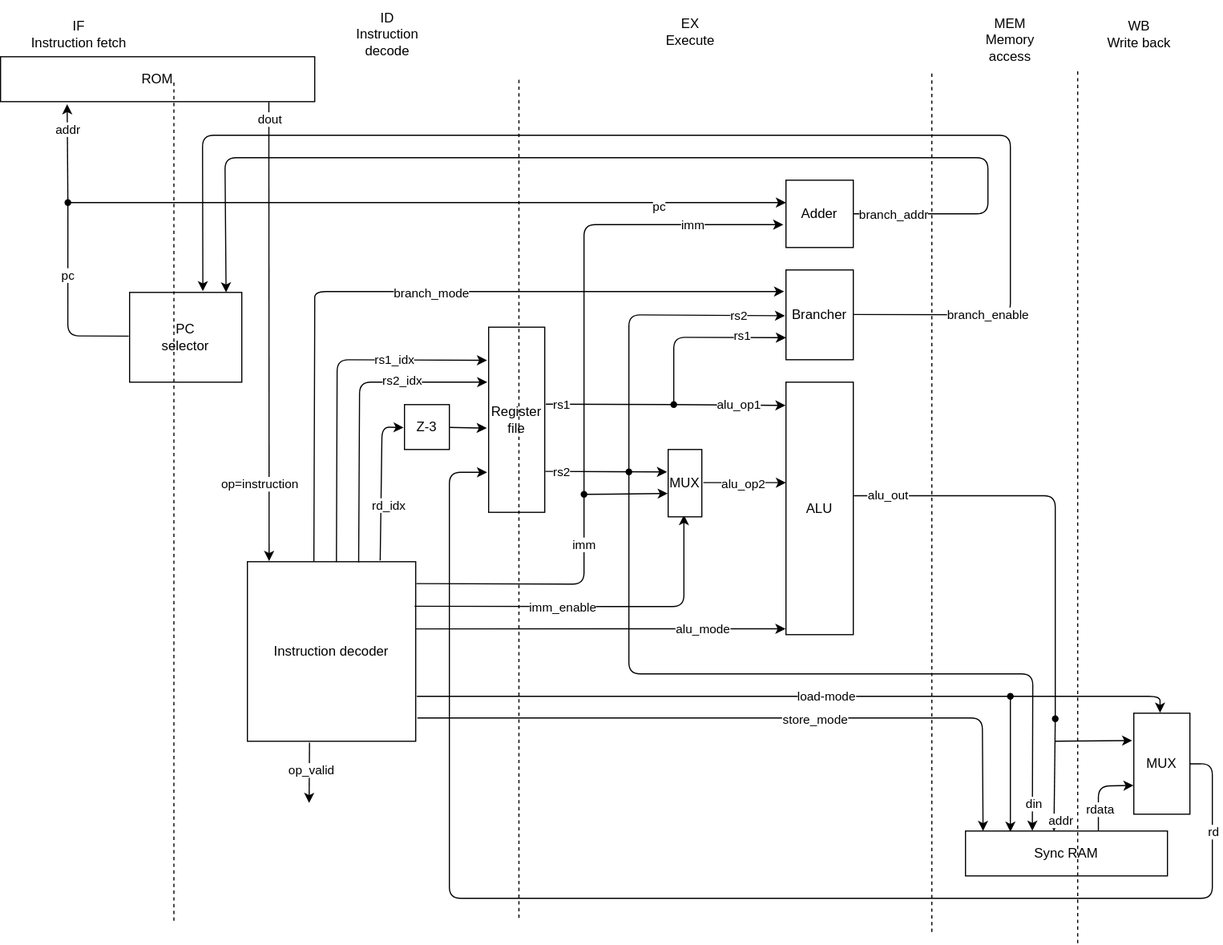
Before: doc/diagram.drawio.svg, a diagram exported from draw.io (ncotti/riscotti-v). Source tidied: cells renumbered, new cells last; positions are measured from the earlier drawing's top-left corner, leaving out a move shared by most shapes.
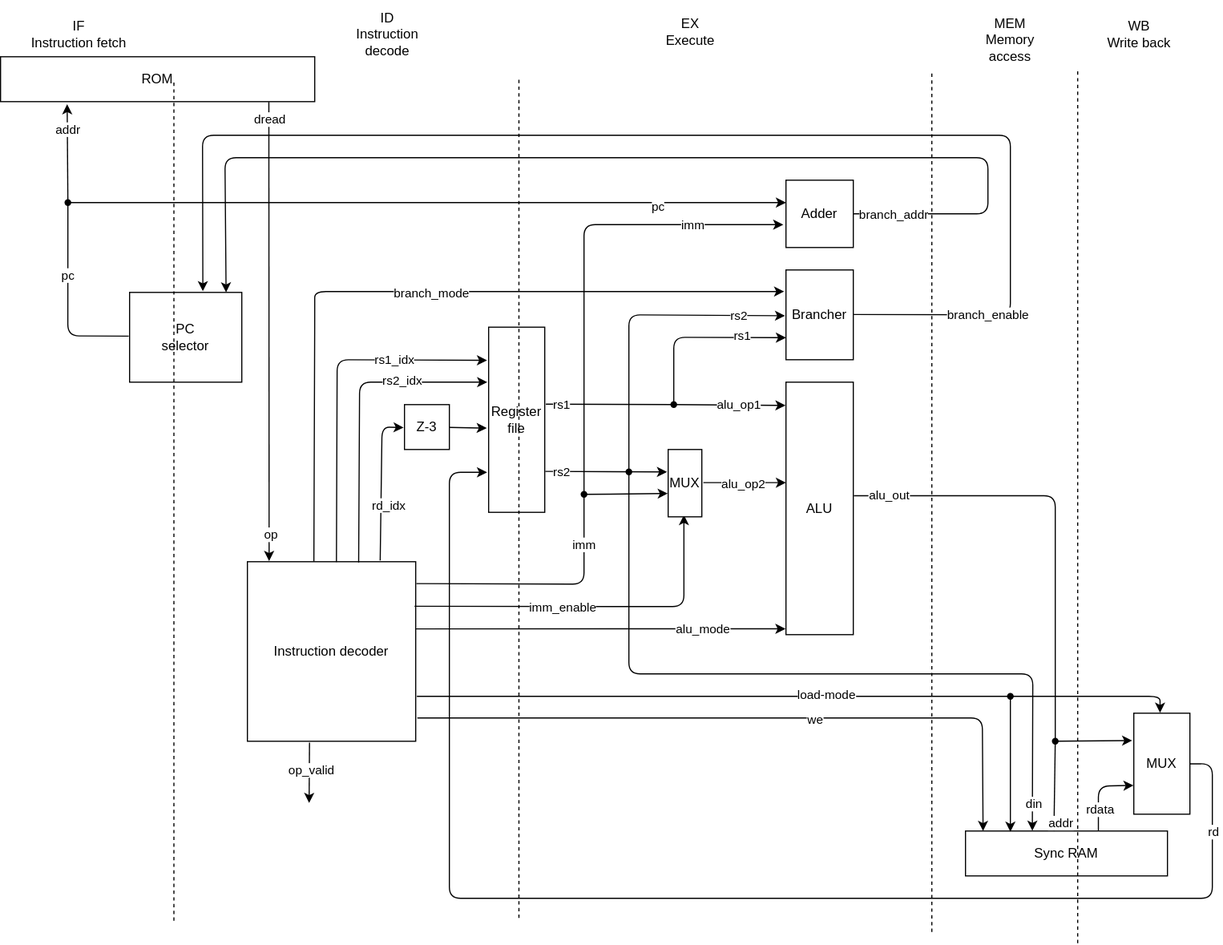
The same file after the commit.

Commit message:
Replace store mode for we

The edit, as a diff of the source:
```diff
@@ -121,7 +121,7 @@
         </Array>
       </mxGeometry>
     </mxCell>
-    <mxCell id="28" value="store_mode" style="edgeLabel;html=1;align=center;verticalAlign=middle;" parent="27" vertex="1">
+    <mxCell id="28" value="we" style="edgeLabel;html=1;align=center;verticalAlign=middle;" parent="27" vertex="1">
       <mxGeometry x="0.02" y="1" relative="1" as="geometry">
         <mxPoint x="47" y="2" as="offset" />
       </mxGeometry>
@@ -255,12 +255,12 @@
     <mxCell id="55" style="endArrow=classic;html=1;exitX=0.854;exitY=1.009;exitDx=0;exitDy=0;exitPerimeter=0;entryX=0.129;entryY=-0.004;entryDx=0;entryDy=0;entryPerimeter=0;" parent="1" edge="1" source="2" target="4">
       <mxGeometry relative="1" as="geometry" />
     </mxCell>
-    <mxCell id="56" value="op=instruction" style="edgeLabel;html=1;align=center;verticalAlign=middle;" parent="55" vertex="1">
+    <mxCell id="56" value="op" style="edgeLabel;html=1;align=center;verticalAlign=middle;" parent="55" vertex="1">
       <mxGeometry x="-0.82" y="-1" relative="1" as="geometry">
-        <mxPoint x="-8" y="304" as="offset" />
+        <mxPoint x="2" y="349" as="offset" />
       </mxGeometry>
     </mxCell>
-    <mxCell id="57" value="dout" style="edgeLabel;html=1;align=center;verticalAlign=middle;" parent="55" vertex="1">
+    <mxCell id="57" value="dread" style="edgeLabel;html=1;align=center;verticalAlign=middle;" parent="55" vertex="1">
       <mxGeometry x="-0.93" relative="1" as="geometry" />
     </mxCell>
     <mxCell id="58" style="edgeStyle=none;html=1;exitX=1;exitY=0.499;exitDx=0;exitDy=0;exitPerimeter=0;entryX=0.86;entryY=0;entryDx=0;entryDy=0;entryPerimeter=0;" parent="1" edge="1" source="60" target="9">
@@ -385,7 +385,7 @@
       </mxGeometry>
     </mxCell>
     <mxCell id="81" style="shape=waypoint;sketch=0;fillStyle=solid;size=6;points=[];fillColor=none;perimeter=centerPerimeter;snapToPoint=1;" parent="1" vertex="1">
-      <mxGeometry x="930" y="630" width="20" height="20" as="geometry" />
+      <mxGeometry x="930" y="650" width="20" height="20" as="geometry" />
     </mxCell>
     <mxCell id="82" style="edgeStyle=none;html=1;entryX=-0.029;entryY=0.271;entryDx=0;entryDy=0;entryPerimeter=0;" parent="1" edge="1" target="78">
       <mxGeometry relative="1" as="geometry">
```
